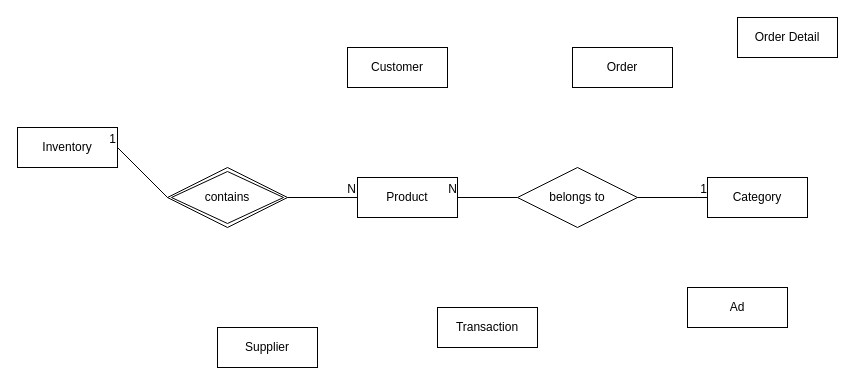
Above: E_R_Diagram/Template_ER.drawio in diego-karsa/Data-Management-Group-15 (draw.io), before the change. Source tidied: cells renumbered, new cells numbered last; positions are measured from the earlier drawing's top-left corner, leaving out a move shared by most shapes. Both pictures are drawn from the tidied source at 100%, with x=0, y=0 at pixel (17, 17).
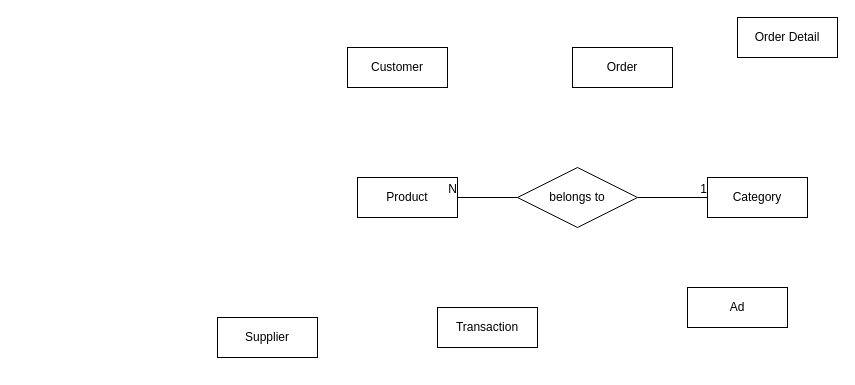
Above is the later version.

The change refers to these unchanged cells:
```xml
<mxCell id="3" value="Product" style="whiteSpace=wrap;html=1;align=center;" parent="1" vertex="1">
  <mxGeometry x="340" y="160" width="100" height="40" as="geometry" />
</mxCell>
```

Diff of the diagram source:
```diff
@@
     <mxCell id="7" value="Supplier" style="whiteSpace=wrap;html=1;align=center;" parent="1" vertex="1">
-      <mxGeometry x="200" y="310" width="100" height="40" as="geometry" />
+      <mxGeometry x="200" y="300" width="100" height="40" as="geometry" />
     </mxCell>
@@
-    <mxCell id="15" value="Inventory" style="whiteSpace=wrap;html=1;align=center;" parent="1" vertex="1">
-      <mxGeometry y="110" width="100" height="40" as="geometry" />
-    </mxCell>
-    <mxCell id="16" value="contains" style="shape=rhombus;double=1;perimeter=rhombusPerimeter;whiteSpace=wrap;html=1;align=center;" parent="1" vertex="1">
-      <mxGeometry x="150" y="150" width="120" height="60" as="geometry" />
-    </mxCell>
-    <mxCell id="17" style="endArrow=none;html=1;rounded=0;exitX=1;exitY=0.5;exitDx=0;exitDy=0;entryX=0;entryY=0.5;entryDx=0;entryDy=0;" parent="1" edge="1" source="16" target="3">
-      <mxGeometry relative="1" as="geometry" />
-    </mxCell>
-    <mxCell id="18" value="N" style="html=1;whiteSpace=wrap;align=right;verticalAlign=bottom;" parent="17" vertex="1">
-      <mxGeometry x="1" relative="1" as="geometry" />
-    </mxCell>
-    <mxCell id="19" style="endArrow=none;html=1;rounded=0;entryX=1;entryY=0.5;entryDx=0;entryDy=0;exitX=0;exitY=0.5;exitDx=0;exitDy=0;" parent="1" edge="1" source="16" target="15">
-      <mxGeometry relative="1" as="geometry" />
-    </mxCell>
-    <mxCell id="20" value="1" style="html=1;whiteSpace=wrap;align=right;verticalAlign=bottom;" parent="19" vertex="1">
-      <mxGeometry x="1" relative="1" as="geometry" />
-    </mxCell>
```
